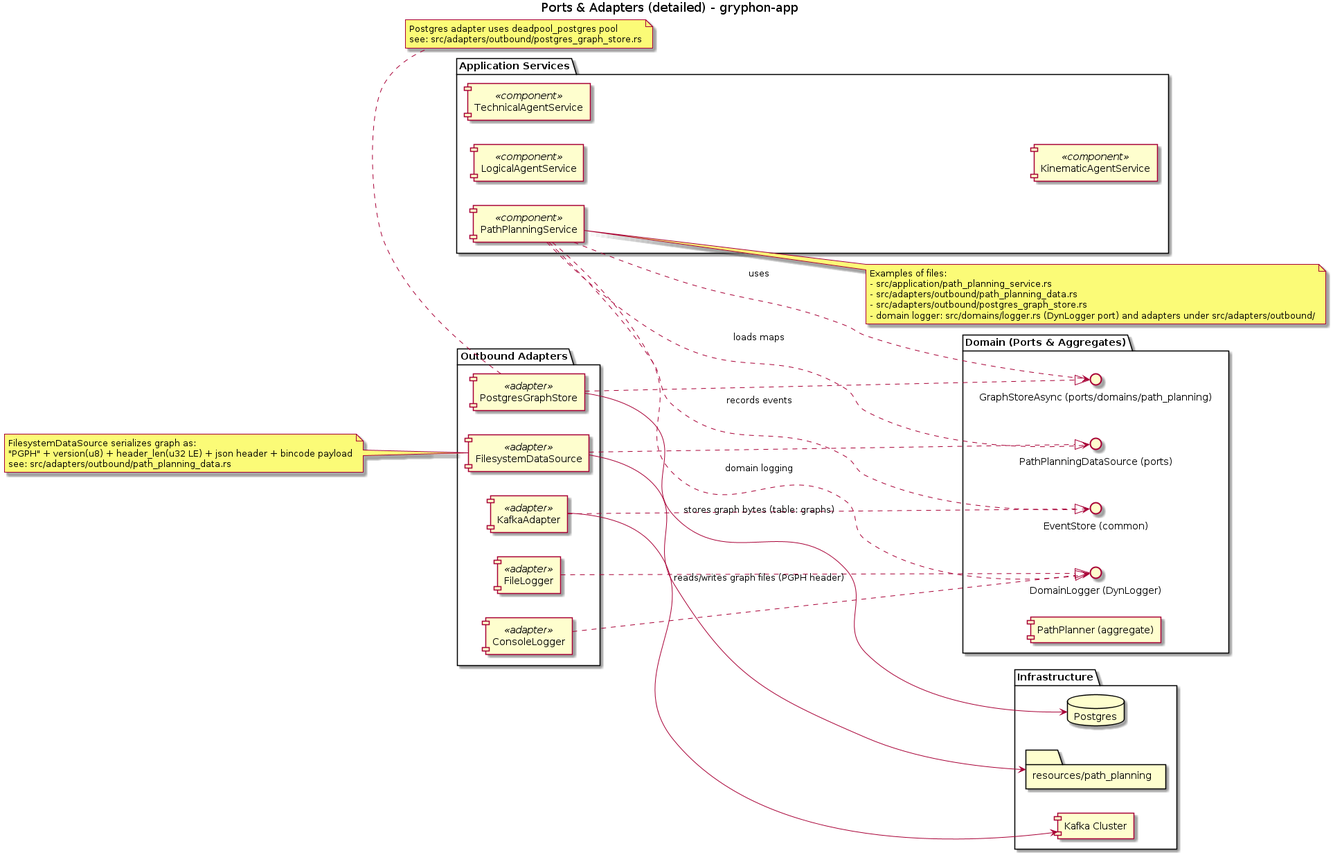
Before: docs/diagrams/ports_adapters_detailed.png, a diagram exported from PlantUML (eikeschumann971/gryphon-app). Its source is kept beside it as docs/diagrams/ports_adapters_detailed.puml.
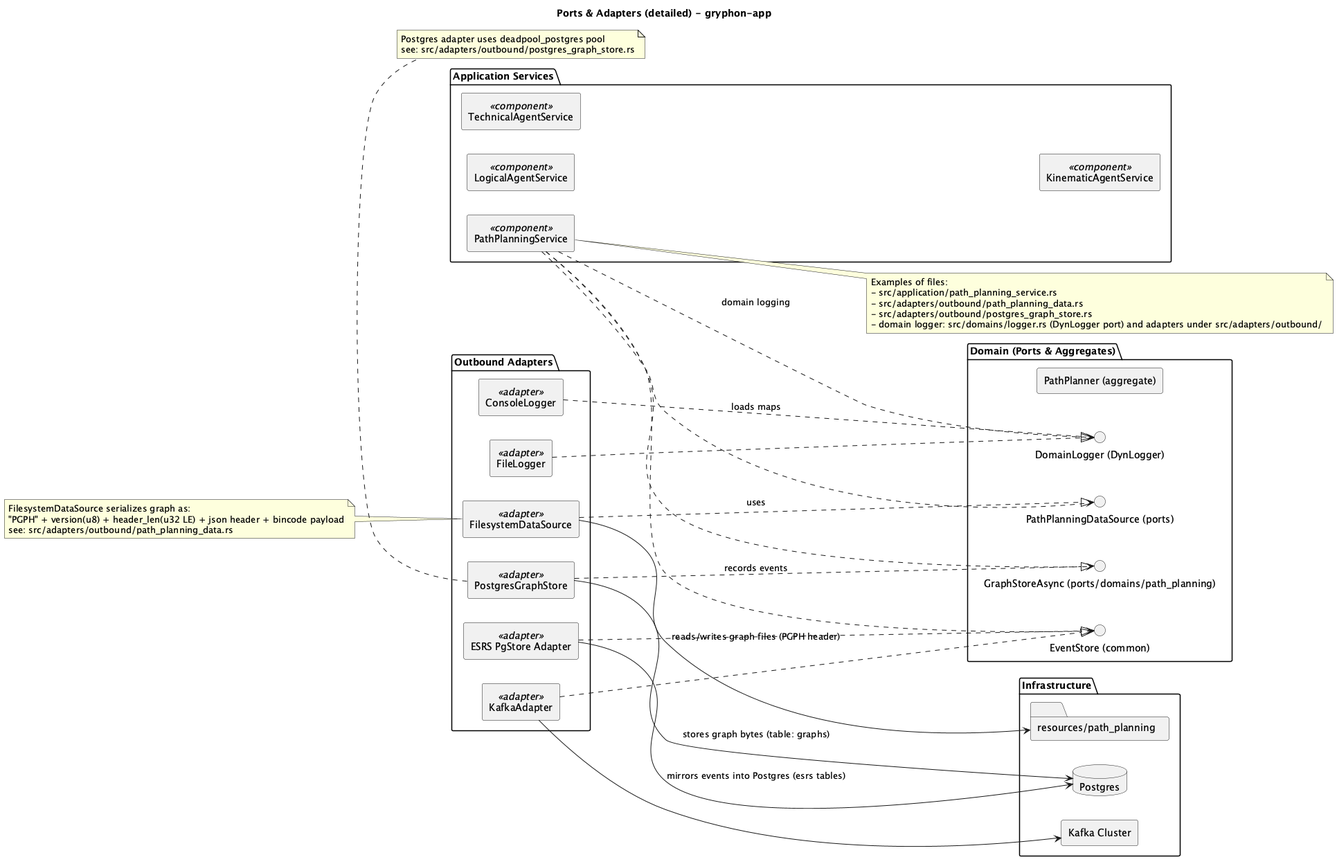
After the change.

Change to the diagram source:
```diff
@@ -22,6 +22,7 @@
   component "FilesystemDataSource" as FS <<adapter>>
   component "PostgresGraphStore" as PG <<adapter>>
   component "KafkaAdapter" as KAFKA <<adapter>>
+  component "ESRS PgStore Adapter" as ESRS <<adapter>>
   component "FileLogger" as FILELOG <<adapter>>
   component "ConsoleLogger" as CONSLOG <<adapter>>
 }
@@ -40,10 +41,12 @@
 FS ..|> DataSourcePort
 PG ..|> GraphStorePort
 KAFKA ..|> EventStorePort
+ESRS ..|> EventStorePort
 FILELOG ..|> LoggerPort
 CONSLOG ..|> LoggerPort
 
 PG --> DB : stores graph bytes (table: graphs)
+ESRS --> DB : mirrors events into Postgres (esrs tables)
 FS --> ASSETS : reads/writes graph files (PGPH header)
 KAFKA --> [Kafka Cluster]
 
```
